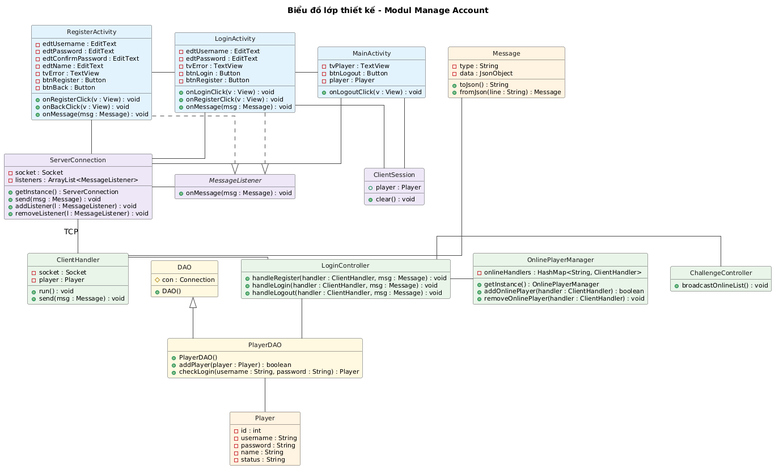
Earlier version of the PlantUML export docs/uml/pha3/class-design-m4.png (VattenL/mobile-pikachu).
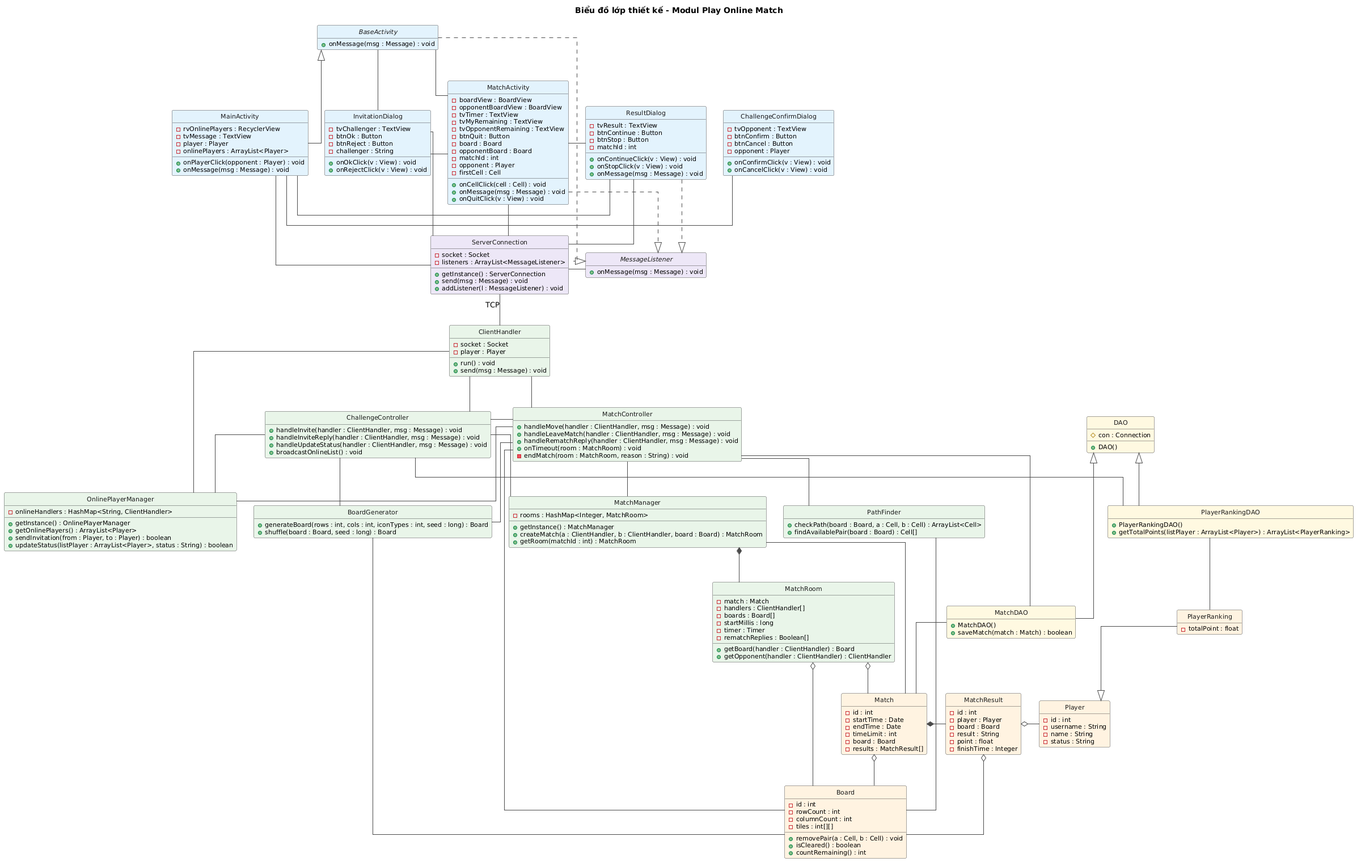
Later version of the same file.

The edit, as a diff of the source:
```diff
@@ -1,12 +1,12 @@
 @startuml
-title Biểu đồ lớp thiết kế - Modul Manage Account
+title Biểu đồ lớp thiết kế - Modul Play Online Match
 
 hide circle
 hide empty members
 skinparam shadowing false
 skinparam linetype ortho
-skinparam nodesep 40
-skinparam ranksep 60
+skinparam nodesep 30
+skinparam ranksep 55
 skinparam classFontSize 13
 skinparam classAttributeFontSize 11
 skinparam class {
@@ -15,35 +15,62 @@
   FontColor #1A1A1A
 }
 
-class RegisterActivity #E3F2FD {
-  - edtUsername : EditText
-  - edtPassword : EditText
-  - edtConfirmPassword : EditText
-  - edtName : EditText
-  - tvError : TextView
-  - btnRegister : Button
-  - btnBack : Button
-  + onRegisterClick(v : View) : void
-  + onBackClick(v : View) : void
-  + onMessage(msg : Message) : void
+class ChallengeConfirmDialog #E3F2FD {
+  - tvOpponent : TextView
+  - btnConfirm : Button
+  - btnCancel : Button
+  - opponent : Player
+  + onConfirmClick(v : View) : void
+  + onCancelClick(v : View) : void
 }
 
-class LoginActivity #E3F2FD {
-  - edtUsername : EditText
-  - edtPassword : EditText
-  - tvError : TextView
-  - btnLogin : Button
-  - btnRegister : Button
-  + onLoginClick(v : View) : void
-  + onRegisterClick(v : View) : void
+abstract class BaseActivity #E3F2FD {
   + onMessage(msg : Message) : void
 }
 
 class MainActivity #E3F2FD {
-  - tvPlayer : TextView
-  - btnLogout : Button
+  - rvOnlinePlayers : RecyclerView
+  - tvMessage : TextView
   - player : Player
-  + onLogoutClick(v : View) : void
+  - onlinePlayers : ArrayList<Player>
+  + onPlayerClick(opponent : Player) : void
+  + onMessage(msg : Message) : void
+}
+
+class InvitationDialog #E3F2FD {
+  - tvChallenger : TextView
+  - btnOk : Button
+  - btnReject : Button
+  - challenger : String
+  + onOkClick(v : View) : void
+  + onRejectClick(v : View) : void
+}
+
+class MatchActivity #E3F2FD {
+  - boardView : BoardView
+  - opponentBoardView : BoardView
+  - tvTimer : TextView
+  - tvMyRemaining : TextView
+  - tvOpponentRemaining : TextView
+  - btnQuit : Button
+  - board : Board
+  - opponentBoard : Board
+  - matchId : int
+  - opponent : Player
+  - firstCell : Cell
+  + onCellClick(cell : Cell) : void
+  + onMessage(msg : Message) : void
+  + onQuitClick(v : View) : void
+}
+
+class ResultDialog #E3F2FD {
+  - tvResult : TextView
+  - btnContinue : Button
+  - btnStop : Button
+  - matchId : int
+  + onContinueClick(v : View) : void
+  + onStopClick(v : View) : void
+  + onMessage(msg : Message) : void
 }
 
 class ServerConnection #EDE7F6 {
@@ -52,16 +79,10 @@
   + getInstance() : ServerConnection
   + send(msg : Message) : void
   + addListener(l : MessageListener) : void
-  + removeListener(l : MessageListener) : void
 }
 
 interface MessageListener #EDE7F6 {
   + onMessage(msg : Message) : void
-}
-
-class ClientSession #EDE7F6 {
-  + player : Player
-  + clear() : void
 }
 
 class ClientHandler #E8F5E9 {
@@ -71,21 +92,55 @@
   + send(msg : Message) : void
 }
 
-class LoginController #E8F5E9 {
-  + handleRegister(handler : ClientHandler, msg : Message) : void
-  + handleLogin(handler : ClientHandler, msg : Message) : void
-  + handleLogout(handler : ClientHandler, msg : Message) : void
+class ChallengeController #E8F5E9 {
+  + handleInvite(handler : ClientHandler, msg : Message) : void
+  + handleInviteReply(handler : ClientHandler, msg : Message) : void
+  + handleUpdateStatus(handler : ClientHandler, msg : Message) : void
+  + broadcastOnlineList() : void
+}
+
+class MatchController #E8F5E9 {
+  + handleMove(handler : ClientHandler, msg : Message) : void
+  + handleLeaveMatch(handler : ClientHandler, msg : Message) : void
+  + handleRematchReply(handler : ClientHandler, msg : Message) : void
+  + onTimeout(room : MatchRoom) : void
+  - endMatch(room : MatchRoom, reason : String) : void
 }
 
 class OnlinePlayerManager #E8F5E9 {
   - onlineHandlers : HashMap<String, ClientHandler>
   + getInstance() : OnlinePlayerManager
-  + addOnlinePlayer(handler : ClientHandler) : boolean
-  + removeOnlinePlayer(handler : ClientHandler) : void
+  + getOnlinePlayers() : ArrayList<Player>
+  + sendInvitation(from : Player, to : Player) : boolean
+  + updateStatus(listPlayer : ArrayList<Player>, status : String) : boolean
 }
 
-class ChallengeController #E8F5E9 {
-  + broadcastOnlineList() : void
+class MatchManager #E8F5E9 {
+  - rooms : HashMap<Integer, MatchRoom>
+  + getInstance() : MatchManager
+  + createMatch(a : ClientHandler, b : ClientHandler, board : Board) : MatchRoom
+  + getRoom(matchId : int) : MatchRoom
+}
+
+class MatchRoom #E8F5E9 {
+  - match : Match
+  - handlers : ClientHandler[]
+  - boards : Board[]
+  - startMillis : long
+  - timer : Timer
+  - rematchReplies : Boolean[]
+  + getBoard(handler : ClientHandler) : Board
+  + getOpponent(handler : ClientHandler) : ClientHandler
+}
+
+class BoardGenerator #E8F5E9 {
+  + generateBoard(rows : int, cols : int, iconTypes : int, seed : long) : Board
+  + shuffle(board : Board, seed : long) : Board
+}
+
+class PathFinder #E8F5E9 {
+  + checkPath(board : Board, a : Cell, b : Cell) : ArrayList<Cell>
+  + findAvailablePair(board : Board) : Cell[]
 }
 
 class DAO #FFF8E1 {
@@ -93,47 +148,102 @@
   + DAO()
 }
 
-class PlayerDAO #FFF8E1 {
-  + PlayerDAO()
-  + addPlayer(player : Player) : boolean
-  + checkLogin(username : String, password : String) : Player
+class MatchDAO #FFF8E1 {
+  + MatchDAO()
+  + saveMatch(match : Match) : boolean
 }
 
-class Message #FFF3E0 {
-  - type : String
-  - data : JsonObject
-  + toJson() : String
-  + fromJson(line : String) : Message
+class PlayerRankingDAO #FFF8E1 {
+  + PlayerRankingDAO()
+  + getTotalPoints(listPlayer : ArrayList<Player>) : ArrayList<PlayerRanking>
 }
 
 class Player #FFF3E0 {
   - id : int
   - username : String
-  - password : String
   - name : String
   - status : String
 }
 
-RegisterActivity -right- LoginActivity
-LoginActivity -right- MainActivity
-RegisterActivity ..|> MessageListener
-LoginActivity ..|> MessageListener
+class PlayerRanking #FFF3E0 {
+  - totalPoint : float
+}
 
-RegisterActivity -down- ServerConnection
-LoginActivity -down- ServerConnection
+class Match #FFF3E0 {
+  - id : int
+  - startTime : Date
+  - endTime : Date
+  - timeLimit : int
+  - board : Board
+  - results : MatchResult[]
+}
+
+class MatchResult #FFF3E0 {
+  - id : int
+  - player : Player
+  - board : Board
+  - result : String
+  - point : float
+  - finishTime : Integer
+}
+
+class Board #FFF3E0 {
+  - id : int
+  - rowCount : int
+  - columnCount : int
+  - tiles : int[][]
+  + removePair(a : Cell, b : Cell) : void
+  + isCleared() : boolean
+  + countRemaining() : int
+}
+
+MainActivity -left- ChallengeConfirmDialog
+BaseActivity -right- InvitationDialog
+InvitationDialog -right- MatchActivity
+MatchActivity -right- ResultDialog
+ResultDialog -[norank]- MainActivity
+MainActivity -up-|> BaseActivity
+BaseActivity ..|> MessageListener
+MatchActivity ..|> MessageListener
+ResultDialog ..|> MessageListener
+BaseActivity -[norank]- MatchActivity
+
 MainActivity -down- ServerConnection
-LoginActivity -down- ClientSession
-MainActivity -down- ClientSession
+InvitationDialog -down- ServerConnection
+MatchActivity -down- ServerConnection
+ResultDialog -down- ServerConnection
 ServerConnection -right- MessageListener
 
 ServerConnection -down- ClientHandler : TCP
-ClientHandler -right- LoginController
-LoginController -right- OnlinePlayerManager
-LoginController -right- ChallengeController
+ClientHandler -down- ChallengeController
+ClientHandler -down- MatchController
+ChallengeController -down- OnlinePlayerManager
+ChallengeController -down- MatchManager
+ChallengeController -down- BoardGenerator
+MatchController -down- MatchManager
+MatchController -down- PathFinder
+MatchController -down- BoardGenerator
+MatchController -[norank]- OnlinePlayerManager
+MatchController -[norank]- ChallengeController
+OnlinePlayerManager -[norank]- ClientHandler
+MatchController -[norank]- Board
+MatchManager -[norank]- Match
+BoardGenerator -[norank]- Board
+MatchManager *-down- MatchRoom
 
-LoginController -down- PlayerDAO
-DAO <|-down- PlayerDAO
+ChallengeController -[norank]- PlayerRankingDAO
+MatchController -[norank]- MatchDAO
+DAO <|-down- MatchDAO
+DAO <|-down- PlayerRankingDAO
 
-PlayerDAO -down- Player
-ClientHandler -[norank]- Message
+MatchDAO -down- Match
+PlayerRankingDAO -down- PlayerRanking
+MatchRoom o-down- Match
+MatchRoom o-down- Board
+Match *-right- MatchResult
+MatchResult o-right- Player
+PlayerRanking -down-|> Player
+Match o-down- Board
+MatchResult o-[norank]- Board
+PathFinder -[norank]- Board
 @enduml
```
